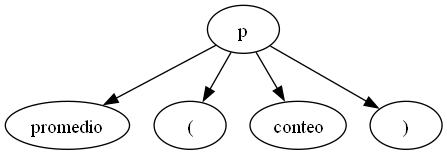
The Graphviz diagram GraficaArbol.png in Javier-201906795/LFP_S2_2023_Proyecto2_201906795, before a commit. Its source is kept beside it as GraficaArbol.dot.
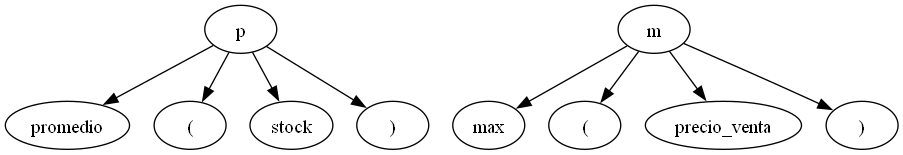
The same file after the commit.

The edit, as a diff of the source:
```diff
@@ -2,11 +2,20 @@
 	x1 [label=p]
 	x2 [label=promedio]
 	x3 [label="("]
-	x4 [label=conteo]
+	x4 [label=stock]
 	x5 [label=")"]
 	x1 -> x2
 	x1 -> x3
 	x1 -> x4
 	x1 -> x5
+	x6 [label=m]
+	x7 [label=max]
+	x8 [label="("]
+	x9 [label=precio_venta]
+	x10 [label=")"]
+	x6 -> x7
+	x6 -> x8
+	x6 -> x9
+	x6 -> x10
 	node [fillcolor=white fontcolor=blue shape=circle style=filled]
 }
```
